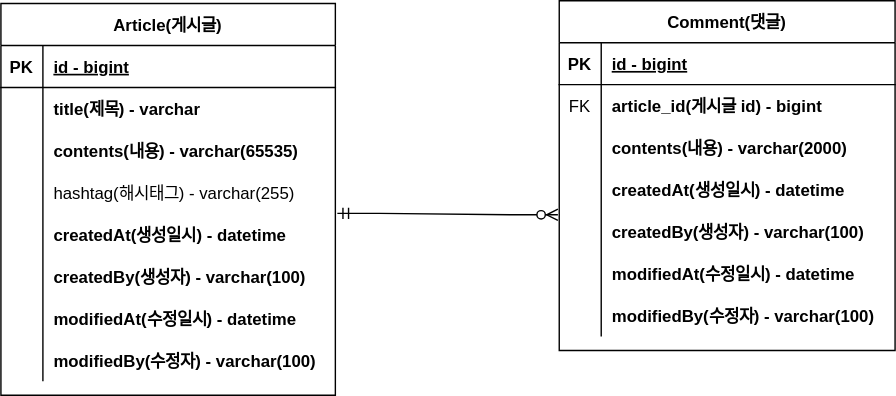
Before: document/board_erd.svg, a diagram exported from draw.io (saseum/basic-board). Source tidied: cells renumbered, new cells last; positions are measured from the earlier drawing's top-left corner, leaving out a move shared by most shapes. Its diagram source:
```xml
<mxGraphModel>
  <root>
    <mxCell id="0" />
    <mxCell id="1" parent="0" />
    <mxCell id="2" value="Article(게시글)" style="shape=table;startSize=30;rowLines=0;fontStyle=1;align=center;" parent="1" vertex="1">
      <mxGeometry y="2" width="239" height="280" as="geometry" />
    </mxCell>
    <mxCell id="3" style="shape=partialRectangle;fillColor=none;top=0;left=0;right=0;bottom=1;" parent="2" vertex="1">
      <mxGeometry y="30" width="239" height="30" as="geometry" />
    </mxCell>
    <mxCell id="4" value="PK" style="shape=partialRectangle;overflow=hidden;fillColor=none;top=0;left=0;bottom=0;right=0;fontStyle=1;" parent="3" vertex="1">
      <mxGeometry width="30" height="30" as="geometry" />
    </mxCell>
    <mxCell id="5" value="id - bigint" style="shape=partialRectangle;overflow=hidden;fillColor=none;top=0;left=0;bottom=0;right=0;align=left;spacingLeft=6;fontStyle=5;" parent="3" vertex="1">
      <mxGeometry x="30" width="209" height="30" as="geometry" />
    </mxCell>
    <mxCell id="6" style="shape=partialRectangle;fillColor=none;top=0;left=0;right=0;bottom=0;" parent="2" vertex="1">
      <mxGeometry y="60" width="239" height="30" as="geometry" />
    </mxCell>
    <mxCell id="7" style="shape=partialRectangle;overflow=hidden;fillColor=none;top=0;left=0;bottom=0;right=0;" parent="6" vertex="1">
      <mxGeometry width="30" height="30" as="geometry" />
    </mxCell>
    <mxCell id="8" value="title(제목) - varchar" style="shape=partialRectangle;overflow=hidden;fillColor=none;top=0;left=0;bottom=0;right=0;align=left;spacingLeft=6;fontStyle=1;" parent="6" vertex="1">
      <mxGeometry x="30" width="209" height="30" as="geometry" />
    </mxCell>
    <mxCell id="9" style="shape=partialRectangle;fillColor=none;top=0;left=0;right=0;bottom=0;" parent="2" vertex="1">
      <mxGeometry y="90" width="239" height="30" as="geometry" />
    </mxCell>
    <mxCell id="10" style="shape=partialRectangle;overflow=hidden;fillColor=none;top=0;left=0;bottom=0;right=0;" parent="9" vertex="1">
      <mxGeometry width="30" height="30" as="geometry" />
    </mxCell>
    <mxCell id="11" value="contents(내용) - varchar(65535)" style="shape=partialRectangle;overflow=hidden;fillColor=none;top=0;left=0;bottom=0;right=0;align=left;spacingLeft=6;fontStyle=1;" parent="9" vertex="1">
      <mxGeometry x="30" width="209" height="30" as="geometry" />
    </mxCell>
    <mxCell id="12" style="shape=partialRectangle;fillColor=none;top=0;left=0;right=0;bottom=0;" parent="2" vertex="1">
      <mxGeometry y="120" width="239" height="30" as="geometry" />
    </mxCell>
    <mxCell id="13" style="shape=partialRectangle;overflow=hidden;fillColor=none;top=0;left=0;bottom=0;right=0;" parent="12" vertex="1">
      <mxGeometry width="30" height="30" as="geometry" />
    </mxCell>
    <mxCell id="14" value="hashtag(해시태그) - varchar(255)" style="shape=partialRectangle;overflow=hidden;fillColor=none;top=0;left=0;bottom=0;right=0;align=left;spacingLeft=6;" parent="12" vertex="1">
      <mxGeometry x="30" width="209" height="30" as="geometry" />
    </mxCell>
    <mxCell id="15" style="shape=partialRectangle;fillColor=none;points=[[0,0.5],[1,0.5]];portConstraint=eastwest;top=0;left=0;right=0;bottom=0;" parent="2" vertex="1">
      <mxGeometry y="150" width="239" height="30" as="geometry" />
    </mxCell>
    <mxCell id="16" style="shape=partialRectangle;overflow=hidden;fillColor=none;top=0;left=0;bottom=0;right=0;" parent="15" vertex="1">
      <mxGeometry width="30" height="30" as="geometry" />
    </mxCell>
    <mxCell id="17" value="createdAt(생성일시) - datetime" style="shape=partialRectangle;overflow=hidden;fillColor=none;top=0;left=0;bottom=0;right=0;align=left;spacingLeft=6;fontStyle=1;" parent="15" vertex="1">
      <mxGeometry x="30" width="209" height="30" as="geometry" />
    </mxCell>
    <mxCell id="18" style="shape=partialRectangle;fillColor=none;top=0;left=0;right=0;bottom=0;" parent="2" vertex="1">
      <mxGeometry y="180" width="239" height="30" as="geometry" />
    </mxCell>
    <mxCell id="19" style="shape=partialRectangle;overflow=hidden;fillColor=none;top=0;left=0;bottom=0;right=0;" parent="18" vertex="1">
      <mxGeometry width="30" height="30" as="geometry" />
    </mxCell>
    <mxCell id="20" value="createdBy(생성자) - varchar(100)" style="shape=partialRectangle;overflow=hidden;fillColor=none;top=0;left=0;bottom=0;right=0;align=left;spacingLeft=6;fontStyle=1;" parent="18" vertex="1">
      <mxGeometry x="30" width="209" height="30" as="geometry" />
    </mxCell>
    <mxCell id="21" style="shape=partialRectangle;fillColor=none;top=0;left=0;right=0;bottom=0;" parent="2" vertex="1">
      <mxGeometry y="210" width="239" height="30" as="geometry" />
    </mxCell>
    <mxCell id="22" style="shape=partialRectangle;overflow=hidden;fillColor=none;top=0;left=0;bottom=0;right=0;" parent="21" vertex="1">
      <mxGeometry width="30" height="30" as="geometry" />
    </mxCell>
    <mxCell id="23" value="modifiedAt(수정일시) - datetime" style="shape=partialRectangle;overflow=hidden;fillColor=none;top=0;left=0;bottom=0;right=0;align=left;spacingLeft=6;fontStyle=1;" parent="21" vertex="1">
      <mxGeometry x="30" width="209" height="30" as="geometry" />
    </mxCell>
    <mxCell id="24" style="shape=partialRectangle;fillColor=none;top=0;left=0;right=0;bottom=0;" parent="2" vertex="1">
      <mxGeometry y="240" width="239" height="30" as="geometry" />
    </mxCell>
    <mxCell id="25" style="shape=partialRectangle;overflow=hidden;fillColor=none;top=0;left=0;bottom=0;right=0;" parent="24" vertex="1">
      <mxGeometry width="30" height="30" as="geometry" />
    </mxCell>
    <mxCell id="26" value="modifiedBy(수정자) - varchar(100)" style="shape=partialRectangle;overflow=hidden;fillColor=none;top=0;left=0;bottom=0;right=0;align=left;spacingLeft=6;fontStyle=1;" parent="24" vertex="1">
      <mxGeometry x="30" width="209" height="30" as="geometry" />
    </mxCell>
    <mxCell id="27" value="Comment(댓글)" style="shape=table;startSize=30;rowLines=0;fontStyle=1;align=center;" parent="1" vertex="1">
      <mxGeometry x="399" width="240" height="250" as="geometry" />
    </mxCell>
    <mxCell id="28" style="shape=partialRectangle;fillColor=none;top=0;left=0;right=0;bottom=1;" parent="27" vertex="1">
      <mxGeometry y="30" width="240" height="30" as="geometry" />
    </mxCell>
    <mxCell id="29" value="PK" style="shape=partialRectangle;overflow=hidden;fillColor=none;top=0;left=0;bottom=0;right=0;fontStyle=1;" parent="28" vertex="1">
      <mxGeometry width="30" height="30" as="geometry" />
    </mxCell>
    <mxCell id="30" value="id - bigint" style="shape=partialRectangle;overflow=hidden;fillColor=none;top=0;left=0;bottom=0;right=0;align=left;spacingLeft=6;fontStyle=5;" parent="28" vertex="1">
      <mxGeometry x="30" width="210" height="30" as="geometry" />
    </mxCell>
    <mxCell id="31" style="shape=partialRectangle;fillColor=none;top=0;left=0;right=0;bottom=0;" parent="27" vertex="1">
      <mxGeometry y="60" width="240" height="30" as="geometry" />
    </mxCell>
    <mxCell id="32" value="FK" style="shape=partialRectangle;overflow=hidden;fillColor=none;top=0;left=0;bottom=0;right=0;" parent="31" vertex="1">
      <mxGeometry width="30" height="30" as="geometry" />
    </mxCell>
    <mxCell id="33" value="article_id(게시글 id) - bigint" style="shape=partialRectangle;overflow=hidden;fillColor=none;top=0;left=0;bottom=0;right=0;align=left;spacingLeft=6;fontStyle=1;" parent="31" vertex="1">
      <mxGeometry x="30" width="210" height="30" as="geometry" />
    </mxCell>
    <mxCell id="34" style="shape=partialRectangle;fillColor=none;top=0;left=0;right=0;bottom=0;" parent="27" vertex="1">
      <mxGeometry y="90" width="240" height="30" as="geometry" />
    </mxCell>
    <mxCell id="35" style="shape=partialRectangle;overflow=hidden;fillColor=none;top=0;left=0;bottom=0;right=0;" parent="34" vertex="1">
      <mxGeometry width="30" height="30" as="geometry" />
    </mxCell>
    <mxCell id="36" value="contents(내용) - varchar(2000)" style="shape=partialRectangle;overflow=hidden;fillColor=none;top=0;left=0;bottom=0;right=0;align=left;spacingLeft=6;fontStyle=1;" parent="34" vertex="1">
      <mxGeometry x="30" width="210" height="30" as="geometry" />
    </mxCell>
    <mxCell id="37" style="shape=partialRectangle;fillColor=none;top=0;left=0;right=0;bottom=0;" parent="27" vertex="1">
      <mxGeometry y="120" width="240" height="30" as="geometry" />
    </mxCell>
    <mxCell id="38" style="shape=partialRectangle;overflow=hidden;fillColor=none;top=0;left=0;bottom=0;right=0;" parent="37" vertex="1">
      <mxGeometry width="30" height="30" as="geometry" />
    </mxCell>
    <mxCell id="39" value="createdAt(생성일시) - datetime" style="shape=partialRectangle;overflow=hidden;fillColor=none;top=0;left=0;bottom=0;right=0;align=left;spacingLeft=6;fontStyle=1;" parent="37" vertex="1">
      <mxGeometry x="30" width="210" height="30" as="geometry" />
    </mxCell>
    <mxCell id="40" style="shape=partialRectangle;fillColor=none;points=[[0,0.5],[1,0.5]];portConstraint=eastwest;top=0;left=0;right=0;bottom=0;" parent="27" vertex="1">
      <mxGeometry y="150" width="240" height="30" as="geometry" />
    </mxCell>
    <mxCell id="41" style="shape=partialRectangle;overflow=hidden;fillColor=none;top=0;left=0;bottom=0;right=0;" parent="40" vertex="1">
      <mxGeometry width="30" height="30" as="geometry" />
    </mxCell>
    <mxCell id="42" value="createdBy(생성자) - varchar(100)" style="shape=partialRectangle;overflow=hidden;fillColor=none;top=0;left=0;bottom=0;right=0;align=left;spacingLeft=6;fontStyle=1;" parent="40" vertex="1">
      <mxGeometry x="30" width="210" height="30" as="geometry" />
    </mxCell>
    <mxCell id="43" style="shape=partialRectangle;fillColor=none;top=0;left=0;right=0;bottom=0;" parent="27" vertex="1">
      <mxGeometry y="180" width="240" height="30" as="geometry" />
    </mxCell>
    <mxCell id="44" style="shape=partialRectangle;overflow=hidden;fillColor=none;top=0;left=0;bottom=0;right=0;" parent="43" vertex="1">
      <mxGeometry width="30" height="30" as="geometry" />
    </mxCell>
    <mxCell id="45" value="modifiedAt(수정일시) - datetime" style="shape=partialRectangle;overflow=hidden;fillColor=none;top=0;left=0;bottom=0;right=0;align=left;spacingLeft=6;fontStyle=1;" parent="43" vertex="1">
      <mxGeometry x="30" width="210" height="30" as="geometry" />
    </mxCell>
    <mxCell id="46" style="shape=partialRectangle;fillColor=none;top=0;left=0;right=0;bottom=0;" parent="27" vertex="1">
      <mxGeometry y="210" width="240" height="30" as="geometry" />
    </mxCell>
    <mxCell id="47" style="shape=partialRectangle;overflow=hidden;fillColor=none;top=0;left=0;bottom=0;right=0;" parent="46" vertex="1">
      <mxGeometry width="30" height="30" as="geometry" />
    </mxCell>
    <mxCell id="48" value="modifiedBy(수정자) - varchar(100)" style="shape=partialRectangle;overflow=hidden;fillColor=none;top=0;left=0;bottom=0;right=0;align=left;spacingLeft=6;fontStyle=1;" parent="46" vertex="1">
      <mxGeometry x="30" width="210" height="30" as="geometry" />
    </mxCell>
    <mxCell id="49" style="edgeStyle=entityRelationEdgeStyle;fontSize=12;html=1;endArrow=ERzeroToMany;startArrow=ERmandOne;rounded=0;exitX=1.006;exitY=0;exitDx=0;exitDy=0;exitPerimeter=0;entryX=-0.004;entryY=0.1;entryDx=0;entryDy=0;entryPerimeter=0;" parent="1" edge="1" source="15" target="40">
      <mxGeometry relative="1" as="geometry" />
    </mxCell>
  </root>
</mxGraphModel>
```
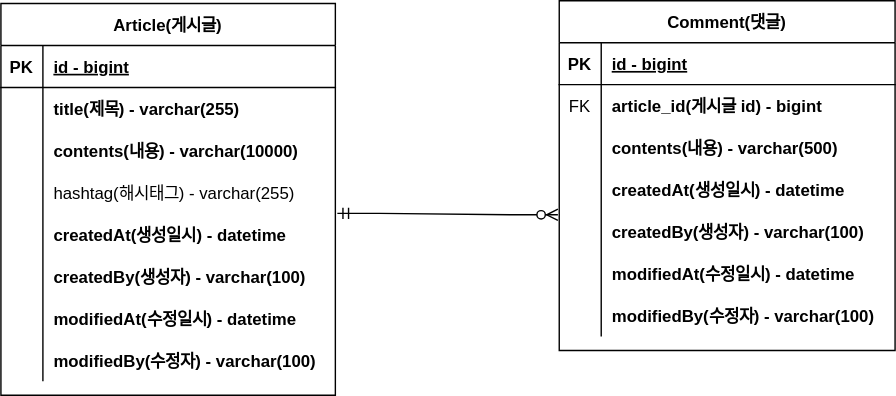
The same file after the commit.

Commit message:
board erd 수정

What changed in the source:
```diff
@@ -20,7 +20,7 @@
     <mxCell id="7" style="shape=partialRectangle;overflow=hidden;fillColor=none;top=0;left=0;bottom=0;right=0;" parent="6" vertex="1">
       <mxGeometry width="30" height="30" as="geometry" />
     </mxCell>
-    <mxCell id="8" value="title(제목) - varchar" style="shape=partialRectangle;overflow=hidden;fillColor=none;top=0;left=0;bottom=0;right=0;align=left;spacingLeft=6;fontStyle=1;" parent="6" vertex="1">
+    <mxCell id="8" value="title(제목) - varchar(255)" style="shape=partialRectangle;overflow=hidden;fillColor=none;top=0;left=0;bottom=0;right=0;align=left;spacingLeft=6;fontStyle=1;" parent="6" vertex="1">
       <mxGeometry x="30" width="209" height="30" as="geometry" />
     </mxCell>
     <mxCell id="9" style="shape=partialRectangle;fillColor=none;top=0;left=0;right=0;bottom=0;" parent="2" vertex="1">
@@ -29,7 +29,7 @@
     <mxCell id="10" style="shape=partialRectangle;overflow=hidden;fillColor=none;top=0;left=0;bottom=0;right=0;" parent="9" vertex="1">
       <mxGeometry width="30" height="30" as="geometry" />
     </mxCell>
-    <mxCell id="11" value="contents(내용) - varchar(65535)" style="shape=partialRectangle;overflow=hidden;fillColor=none;top=0;left=0;bottom=0;right=0;align=left;spacingLeft=6;fontStyle=1;" parent="9" vertex="1">
+    <mxCell id="11" value="contents(내용) - varchar(10000)" style="shape=partialRectangle;overflow=hidden;fillColor=none;top=0;left=0;bottom=0;right=0;align=left;spacingLeft=6;fontStyle=1;" parent="9" vertex="1">
       <mxGeometry x="30" width="209" height="30" as="geometry" />
     </mxCell>
     <mxCell id="12" style="shape=partialRectangle;fillColor=none;top=0;left=0;right=0;bottom=0;" parent="2" vertex="1">
@@ -104,7 +104,7 @@
     <mxCell id="35" style="shape=partialRectangle;overflow=hidden;fillColor=none;top=0;left=0;bottom=0;right=0;" parent="34" vertex="1">
       <mxGeometry width="30" height="30" as="geometry" />
     </mxCell>
-    <mxCell id="36" value="contents(내용) - varchar(2000)" style="shape=partialRectangle;overflow=hidden;fillColor=none;top=0;left=0;bottom=0;right=0;align=left;spacingLeft=6;fontStyle=1;" parent="34" vertex="1">
+    <mxCell id="36" value="contents(내용) - varchar(500)" style="shape=partialRectangle;overflow=hidden;fillColor=none;top=0;left=0;bottom=0;right=0;align=left;spacingLeft=6;fontStyle=1;" parent="34" vertex="1">
       <mxGeometry x="30" width="210" height="30" as="geometry" />
     </mxCell>
     <mxCell id="37" style="shape=partialRectangle;fillColor=none;top=0;left=0;right=0;bottom=0;" parent="27" vertex="1">
```
